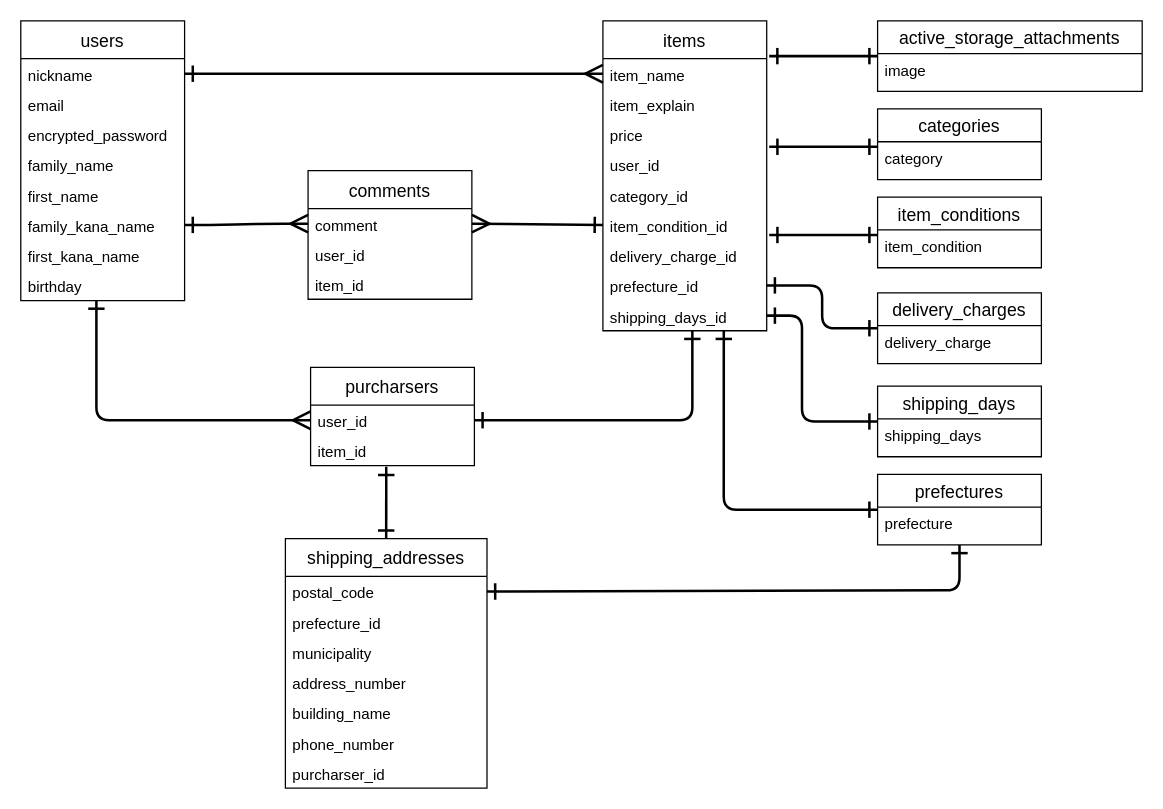
Ta-Tos/furima-37923 keeps this draw.io diagram as データベースER図.dio. Above is the earlier version. Source tidied: cells renumbered, new cells numbered last; positions are measured from the earlier drawing's top-left corner, leaving out a move shared by most shapes. Both pictures are drawn from the tidied source at 126%, with x=0, y=0 at pixel (20, 20).
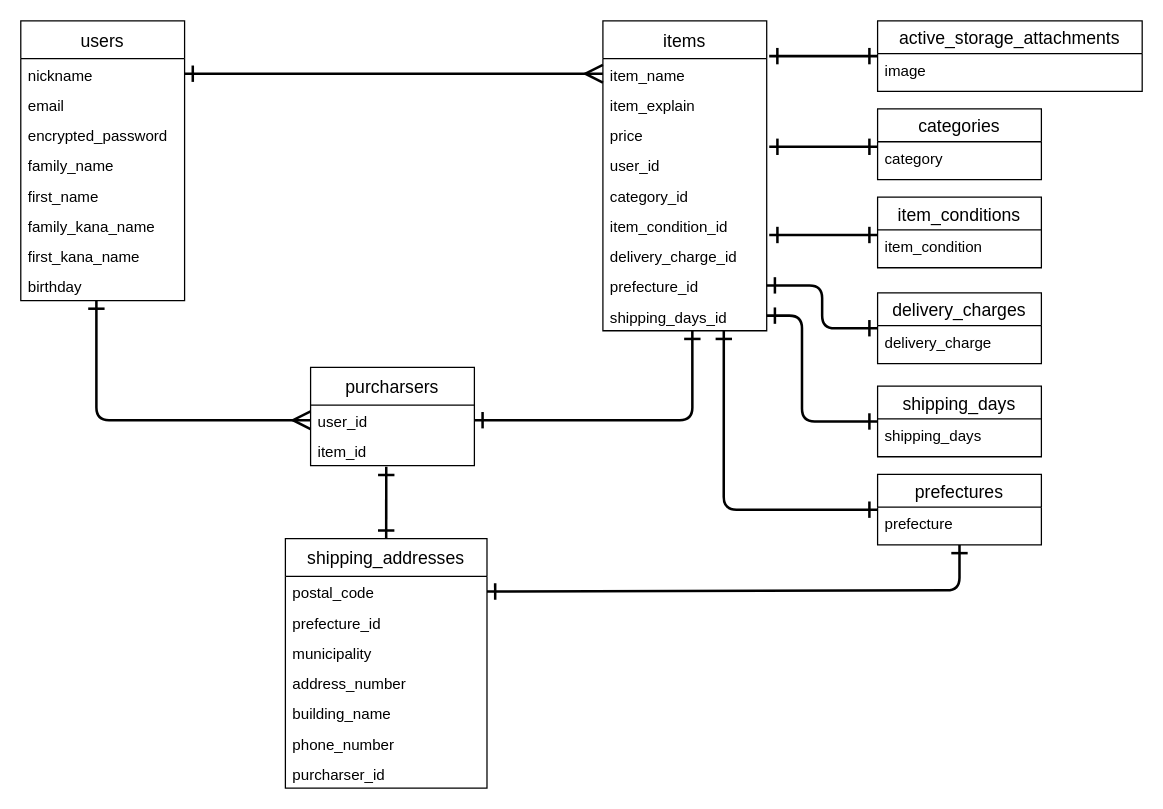
The same diagram, later.

Commit message:
データベース設計ER図からcommentsテーブル削除

The change refers to these unchanged cells:
```xml
<mxCell id="8" value="family_kana_name" style="text;strokeColor=none;fillColor=none;spacingLeft=4;spacingRight=4;overflow=hidden;points=[[0,0.5],[1,0.5]];portConstraint=eastwest;fontSize=12;" parent="2" vertex="1">
  <mxGeometry y="150" width="130" height="24" as="geometry" />
</mxCell>
<mxCell id="19" value="item_condition_id" style="text;strokeColor=none;fillColor=none;spacingLeft=4;spacingRight=4;overflow=hidden;points=[[0,0.5],[1,0.5]];portConstraint=eastwest;fontSize=12;" parent="13" vertex="1">
  <mxGeometry y="150" width="130" height="24" as="geometry" />
</mxCell>
```

What changed in the source:
```diff
@@
-    <mxCell id="36" value="comments" style="swimlane;fontStyle=0;horizontal=1;startSize=30;align=center;fontSize=14;" parent="1" vertex="1">
-      <mxGeometry x="228" y="119" width="130" height="102" as="geometry" />
-    </mxCell>
-    <mxCell id="37" value="comment" style="text;strokeColor=none;fillColor=none;spacingLeft=4;spacingRight=4;overflow=hidden;points=[[0,0.5],[1,0.5]];portConstraint=eastwest;fontSize=12;" parent="36" vertex="1">
-      <mxGeometry y="30" width="130" height="24" as="geometry" />
-    </mxCell>
-    <mxCell id="38" value="user_id" style="text;strokeColor=none;fillColor=none;spacingLeft=4;spacingRight=4;overflow=hidden;fontSize=12;" parent="36" vertex="1">
-      <mxGeometry y="54" width="130" height="24" as="geometry" />
-    </mxCell>
-    <mxCell id="39" value="item_id" style="text;strokeColor=none;fillColor=none;spacingLeft=4;spacingRight=4;overflow=hidden;fontSize=12;" parent="36" vertex="1">
-      <mxGeometry y="78" width="130" height="24" as="geometry" />
-    </mxCell>
@@
-    <mxCell id="44" style="edgeStyle=entityRelationEdgeStyle;fontSize=12;html=1;endArrow=ERmany;startArrow=ERone;entryX=0;entryY=0.5;entryDx=0;entryDy=0;exitX=1;exitY=0.5;exitDx=0;exitDy=0;strokeWidth=2;targetPerimeterSpacing=15;endSize=11;startSize=10;endFill=0;startFill=0;sourcePerimeterSpacing=15;" parent="1" edge="1" source="8" target="37">
-      <mxGeometry relative="1" as="geometry" />
-    </mxCell>
@@
-    <mxCell id="50" style="fontSize=12;html=1;endArrow=ERmany;startArrow=ERone;strokeWidth=2;targetPerimeterSpacing=15;endSize=11;startSize=10;endFill=0;startFill=0;sourcePerimeterSpacing=15;exitX=0;exitY=0.5;exitDx=0;exitDy=0;entryX=1;entryY=0.5;entryDx=0;entryDy=0;" parent="1" edge="1" source="19" target="37">
-      <mxGeometry relative="1" as="geometry" />
-    </mxCell>
```
